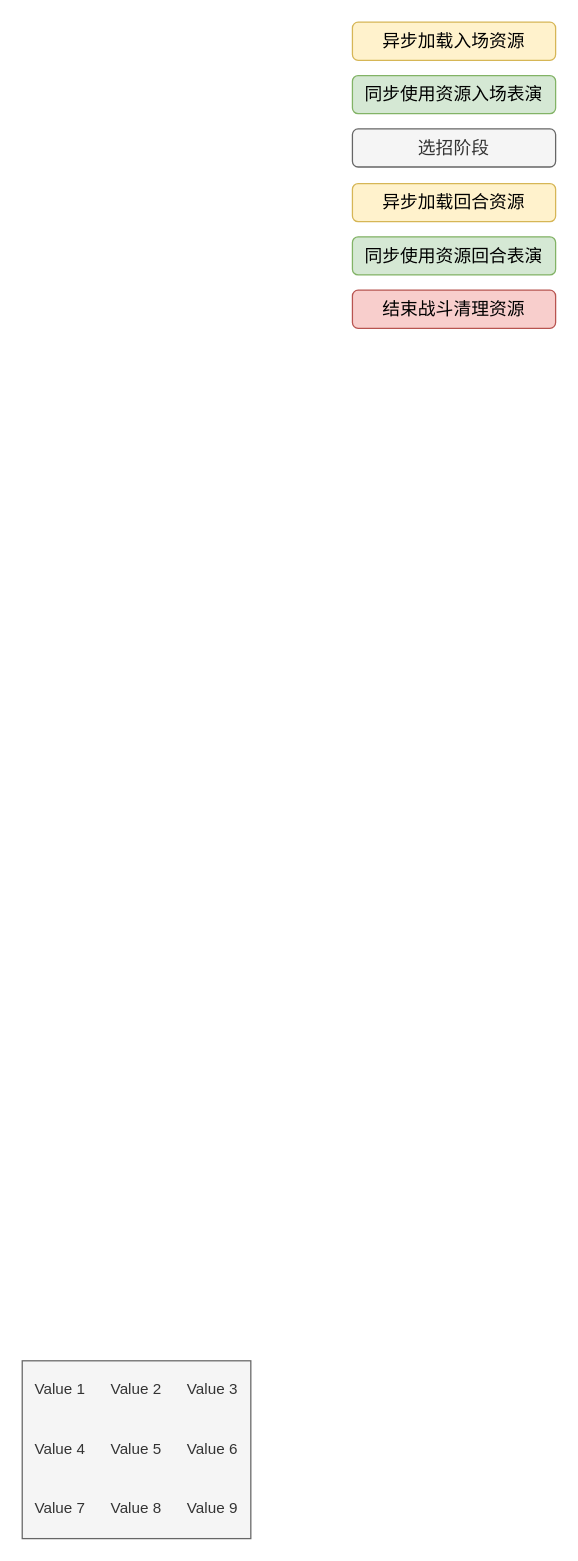
leoin2012/draw.io.files keeps this draw.io diagram as page "第 3 页" (3 of 3) of 战斗协议设计.drawio. Above is the earlier version. Source tidied: cells renumbered, new cells numbered last; positions are measured from the earlier drawing's top-left corner, leaving out a move shared by most shapes. Both pictures are drawn from the tidied source at 127%, with x=0, y=0 at pixel (22, 22).
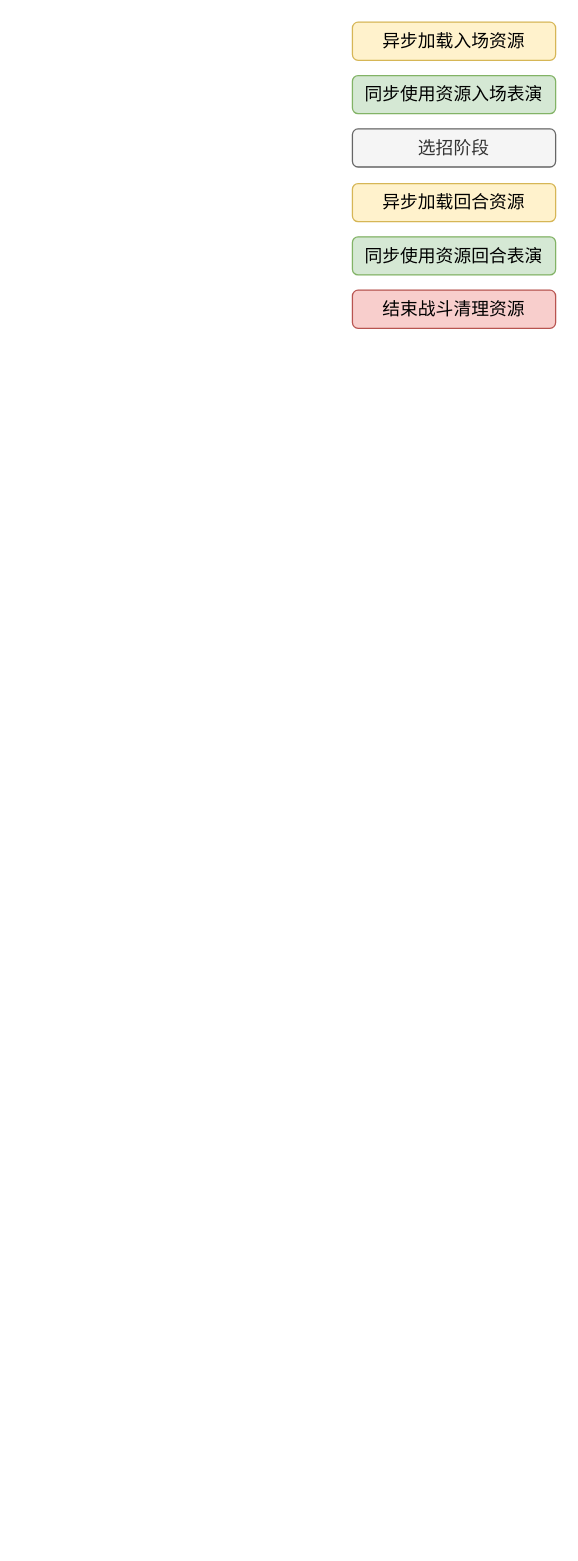
After the change.

Commit message (it also covers changes not shown here):
更新战斗协议设计.drawio

The edit, as a diff of the source:
```diff
@@
 <mxGraphModel>
   <root>
     <mxCell id="0" />
     <mxCell id="1" parent="0" />
     <mxCell id="2" value="&lt;span style=&quot;font-size: 14px&quot;&gt;异步加载入场资源&lt;/span&gt;" style="rounded=1;whiteSpace=wrap;html=1;fillColor=#fff2cc;strokeColor=#d6b656;" parent="1" vertex="1">
       <mxGeometry x="260" width="160" height="30" as="geometry" />
     </mxCell>
-    <mxCell id="3" value="&lt;table border=&quot;0&quot; width=&quot;100%&quot; height=&quot;100%&quot; style=&quot;width:100%;height:100%;border-collapse:collapse;&quot;&gt;&lt;tr&gt;&lt;td align=&quot;center&quot;&gt;Value 1&lt;/td&gt;&lt;td align=&quot;center&quot;&gt;Value 2&lt;/td&gt;&lt;td align=&quot;center&quot;&gt;Value 3&lt;/td&gt;&lt;/tr&gt;&lt;tr&gt;&lt;td align=&quot;center&quot;&gt;Value 4&lt;/td&gt;&lt;td align=&quot;center&quot;&gt;Value 5&lt;/td&gt;&lt;td align=&quot;center&quot;&gt;Value 6&lt;/td&gt;&lt;/tr&gt;&lt;tr&gt;&lt;td align=&quot;center&quot;&gt;Value 7&lt;/td&gt;&lt;td align=&quot;center&quot;&gt;Value 8&lt;/td&gt;&lt;td align=&quot;center&quot;&gt;Value 9&lt;/td&gt;&lt;/tr&gt;&lt;/table&gt;" style="text;html=1;strokeColor=#666666;fillColor=#f5f5f5;overflow=fill;rounded=0;shadow=0;glass=0;comic=0;align=left;fontColor=#333333;" parent="1" vertex="1">
-      <mxGeometry y="1054" width="180" height="140" as="geometry" />
-    </mxCell>
     <mxCell id="4" value="&lt;span style=&quot;font-size: 14px&quot;&gt;同步使用资源入场表演&lt;/span&gt;" style="rounded=1;whiteSpace=wrap;html=1;fillColor=#d5e8d4;strokeColor=#82b366;" parent="1" vertex="1">
       <mxGeometry x="260" y="42" width="160" height="30" as="geometry" />
     </mxCell>
     <mxCell id="5" value="&lt;span style=&quot;font-size: 14px&quot;&gt;选招阶段&lt;/span&gt;" style="rounded=1;whiteSpace=wrap;html=1;fillColor=#f5f5f5;strokeColor=#666666;fontColor=#333333;" parent="1" vertex="1">
       <mxGeometry x="260" y="84" width="160" height="30" as="geometry" />
     </mxCell>
     <mxCell id="6" value="&lt;span style=&quot;font-size: 14px&quot;&gt;异步加载回合资源&lt;/span&gt;" style="rounded=1;whiteSpace=wrap;html=1;fillColor=#fff2cc;strokeColor=#d6b656;" parent="1" vertex="1">
       <mxGeometry x="260" y="127" width="160" height="30" as="geometry" />
     </mxCell>
     <mxCell id="7" value="&lt;span style=&quot;font-size: 14px&quot;&gt;同步使用资源回合表演&lt;/span&gt;" style="rounded=1;whiteSpace=wrap;html=1;fillColor=#d5e8d4;strokeColor=#82b366;" parent="1" vertex="1">
       <mxGeometry x="260" y="169" width="160" height="30" as="geometry" />
     </mxCell>
     <mxCell id="8" value="&lt;span style=&quot;font-size: 14px&quot;&gt;结束战斗清理资源&lt;/span&gt;" style="rounded=1;whiteSpace=wrap;html=1;fillColor=#f8cecc;strokeColor=#b85450;" parent="1" vertex="1">
       <mxGeometry x="260" y="211" width="160" height="30" as="geometry" />
     </mxCell>
   </root>
 </mxGraphModel>
```
